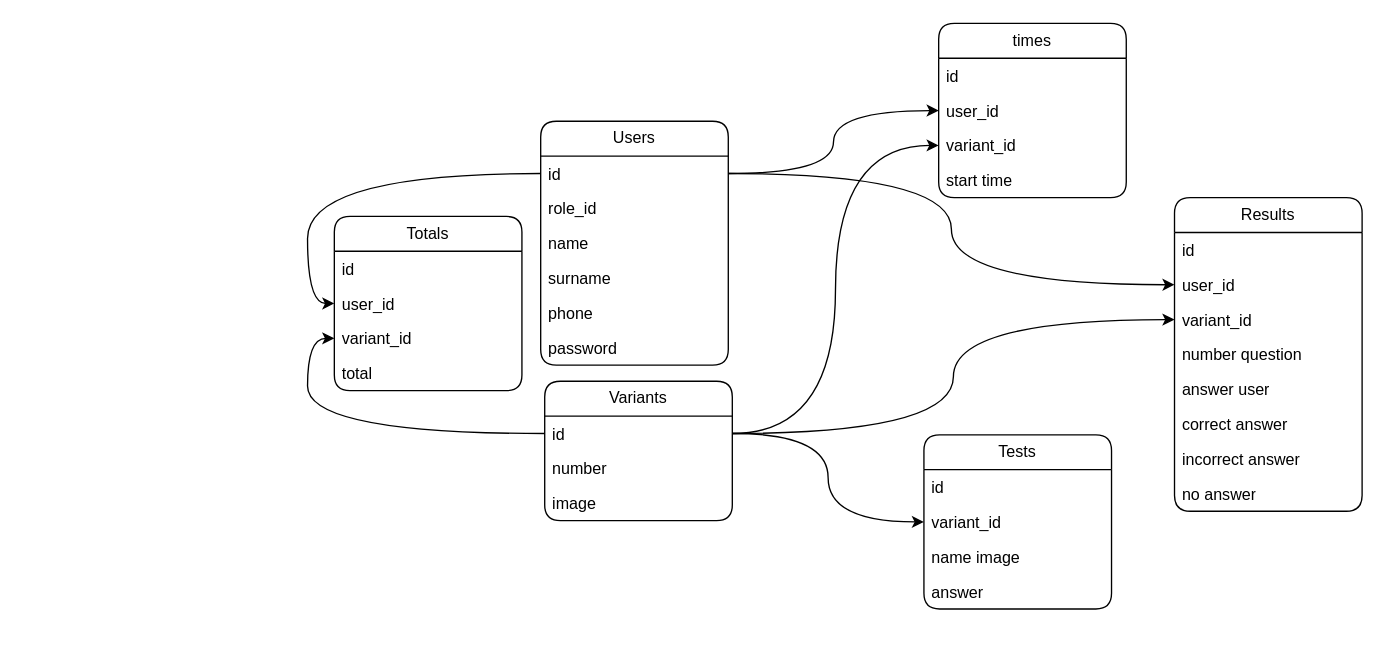
This is GRE.drawio from MardonAslonov/DrawIo, a draw.io file, before an edit. Source tidied: cells renumbered, new cells numbered last; positions are measured from the earlier drawing's top-left corner, leaving out a move shared by most shapes. Both pictures are drawn from the tidied source at 134%, with x=0, y=0 at pixel (334, 23).
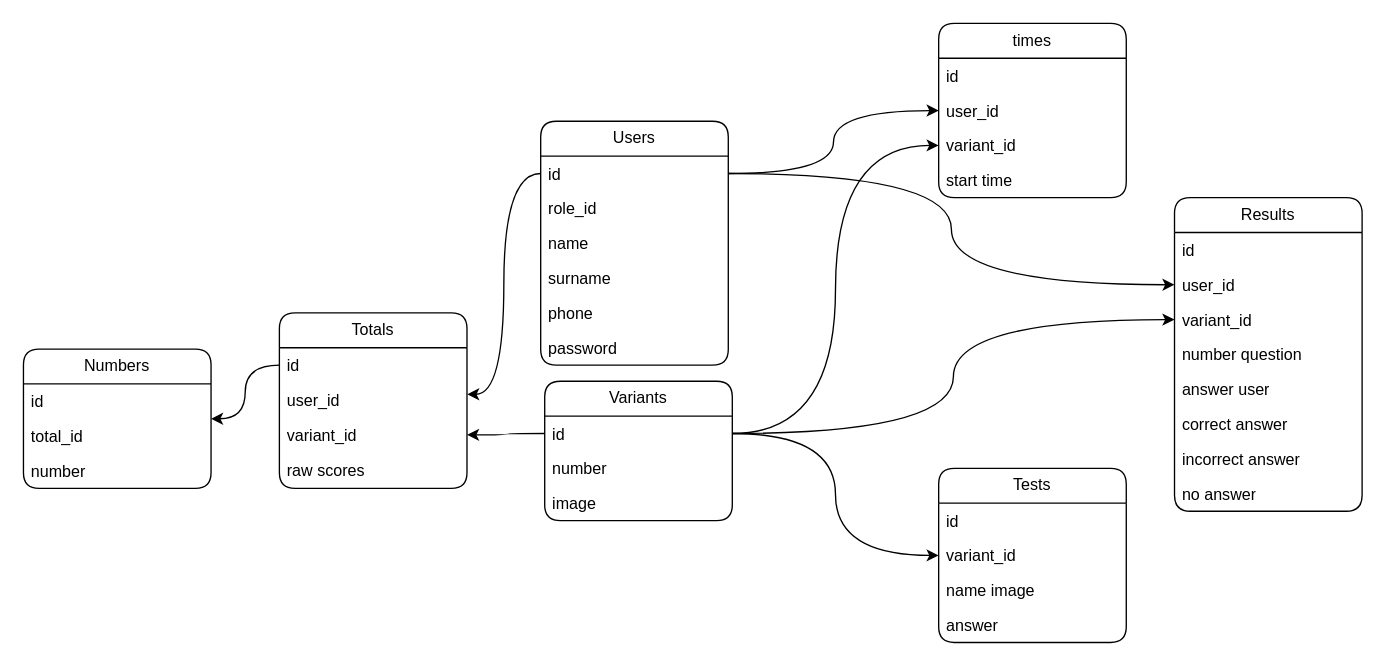
After the change.

Unchanged cells that the change refers to:
```xml
<mxCell id="8" value="id" style="text;strokeColor=none;fillColor=none;align=left;verticalAlign=top;spacingLeft=4;spacingRight=4;overflow=hidden;points=[[0,0.5],[1,0.5]];portConstraint=eastwest;whiteSpace=wrap;html=1;" parent="7" vertex="1">
  <mxGeometry y="26" width="140" height="26" as="geometry" />
</mxCell>
<mxCell id="25" value="id" style="text;strokeColor=none;fillColor=none;align=left;verticalAlign=top;spacingLeft=4;spacingRight=4;overflow=hidden;points=[[0,0.5],[1,0.5]];portConstraint=eastwest;whiteSpace=wrap;html=1;" parent="24" vertex="1">
  <mxGeometry y="26" width="140" height="26" as="geometry" />
</mxCell>
<mxCell id="31" value="id" style="text;strokeColor=none;fillColor=none;align=left;verticalAlign=top;spacingLeft=4;spacingRight=4;overflow=hidden;points=[[0,0.5],[1,0.5]];portConstraint=eastwest;whiteSpace=wrap;html=1;" parent="30" vertex="1">
  <mxGeometry y="26" width="140" height="26" as="geometry" />
</mxCell>
<mxCell id="32" value="user_id" style="text;strokeColor=none;fillColor=none;align=left;verticalAlign=top;spacingLeft=4;spacingRight=4;overflow=hidden;points=[[0,0.5],[1,0.5]];portConstraint=eastwest;whiteSpace=wrap;html=1;" parent="30" vertex="1">
  <mxGeometry y="52" width="140" height="26" as="geometry" />
</mxCell>
<mxCell id="33" value="variant_id" style="text;strokeColor=none;fillColor=none;align=left;verticalAlign=top;spacingLeft=4;spacingRight=4;overflow=hidden;points=[[0,0.5],[1,0.5]];portConstraint=eastwest;whiteSpace=wrap;html=1;" parent="30" vertex="1">
  <mxGeometry y="78" width="140" height="26" as="geometry" />
</mxCell>
```

The edit, as a diff of the source:
```diff
@@
     <mxCell id="2" value="Tests" style="swimlane;fontStyle=0;horizontal=1;startSize=26;fillColor=none;whiteSpace=wrap;html=1;rounded=1;" parent="1" vertex="1">
-      <mxGeometry x="440" y="307" width="140" height="130" as="geometry" />
+      <mxGeometry x="451" y="332" width="140" height="130" as="geometry" />
     </mxCell>
@@
     <mxCell id="30" value="Totals" style="swimlane;fontStyle=0;horizontal=1;startSize=26;fillColor=none;whiteSpace=wrap;html=1;rounded=1;" parent="1" vertex="1">
-      <mxGeometry y="144" width="140" height="130" as="geometry" />
+      <mxGeometry x="-41" y="216" width="140" height="131" as="geometry" />
     </mxCell>
@@
-    <mxCell id="34" value="total" style="text;strokeColor=none;fillColor=none;align=left;verticalAlign=top;spacingLeft=4;spacingRight=4;overflow=hidden;whiteSpace=wrap;html=1;" parent="30" vertex="1">
-      <mxGeometry y="104" width="140" height="26" as="geometry" />
-    </mxCell>
+    <mxCell id="44" value="raw scores" style="text;strokeColor=none;fillColor=none;align=left;verticalAlign=top;spacingLeft=4;spacingRight=4;overflow=hidden;whiteSpace=wrap;html=1;" parent="30" vertex="1">
+      <mxGeometry y="104" width="140" height="27" as="geometry" />
+    </mxCell>
-    <mxCell id="35" style="edgeStyle=orthogonalEdgeStyle;rounded=0;jettySize=auto;html=1;entryX=0;entryY=0.5;entryDx=0;entryDy=0;curved=1;" parent="1" edge="1" source="8" target="30">
+    <mxCell id="35" style="edgeStyle=orthogonalEdgeStyle;rounded=0;jettySize=auto;html=1;entryX=1.001;entryY=0.335;entryDx=0;entryDy=0;curved=1;entryPerimeter=0;" parent="1" edge="1" source="8" target="32">
       <mxGeometry relative="1" as="geometry" />
     </mxCell>
-    <mxCell id="36" style="edgeStyle=orthogonalEdgeStyle;rounded=0;jettySize=auto;html=1;entryX=0;entryY=0.5;entryDx=0;entryDy=0;curved=1;" parent="1" edge="1" source="25" target="33">
+    <mxCell id="36" style="edgeStyle=orthogonalEdgeStyle;rounded=0;jettySize=auto;html=1;entryX=1;entryY=0.5;entryDx=0;entryDy=0;curved=1;exitX=0;exitY=0.5;exitDx=0;exitDy=0;" parent="1" edge="1" source="25" target="33">
       <mxGeometry relative="1" as="geometry" />
     </mxCell>
@@
+    <mxCell id="45" value="Numbers" style="swimlane;fontStyle=0;horizontal=1;startSize=26;fillColor=none;whiteSpace=wrap;html=1;rounded=1;" parent="1" vertex="1">
+      <mxGeometry x="-232" y="243" width="140" height="104" as="geometry" />
+    </mxCell>
+    <mxCell id="46" value="id" style="text;strokeColor=none;fillColor=none;align=left;verticalAlign=top;spacingLeft=4;spacingRight=4;overflow=hidden;whiteSpace=wrap;html=1;" parent="45" vertex="1">
+      <mxGeometry y="26" width="140" height="26" as="geometry" />
+    </mxCell>
+    <mxCell id="47" value="total_id" style="text;strokeColor=none;fillColor=none;align=left;verticalAlign=top;spacingLeft=4;spacingRight=4;overflow=hidden;whiteSpace=wrap;html=1;" parent="45" vertex="1">
+      <mxGeometry y="52" width="140" height="26" as="geometry" />
+    </mxCell>
+    <mxCell id="48" value="number" style="text;strokeColor=none;fillColor=none;align=left;verticalAlign=top;spacingLeft=4;spacingRight=4;overflow=hidden;whiteSpace=wrap;html=1;" parent="45" vertex="1">
+      <mxGeometry y="78" width="140" height="26" as="geometry" />
+    </mxCell>
+    <mxCell id="49" style="edgeStyle=orthogonalEdgeStyle;rounded=0;jettySize=auto;html=1;entryX=1;entryY=0.5;entryDx=0;entryDy=0;curved=1;" parent="1" edge="1" source="31" target="45">
+      <mxGeometry relative="1" as="geometry" />
+    </mxCell>
```
